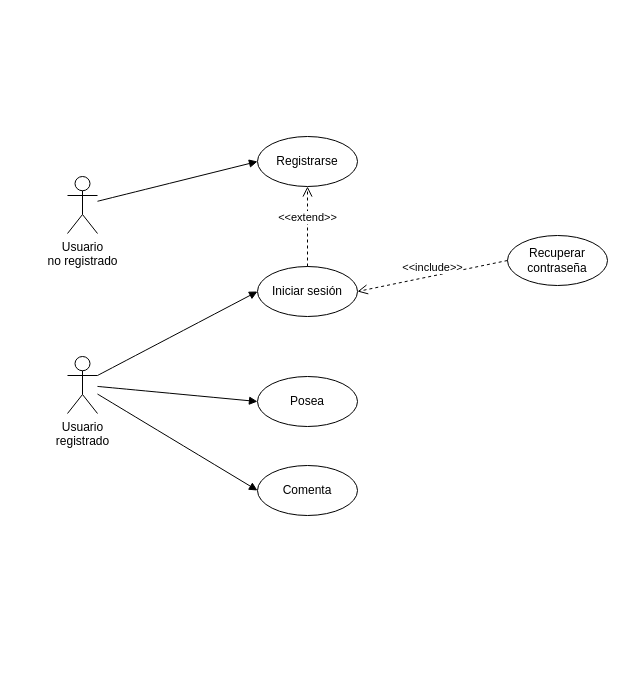
Earlier version of the draw.io diagram diseño/casos_uso.drawio (CarlosPel/Proyecto-DAM). Source tidied: cells renumbered, new cells numbered last; positions are measured from the earlier drawing's top-left corner, leaving out a move shared by most shapes. Both pictures are drawn from the tidied source at 100%, with x=0, y=0 at pixel (67, -155).
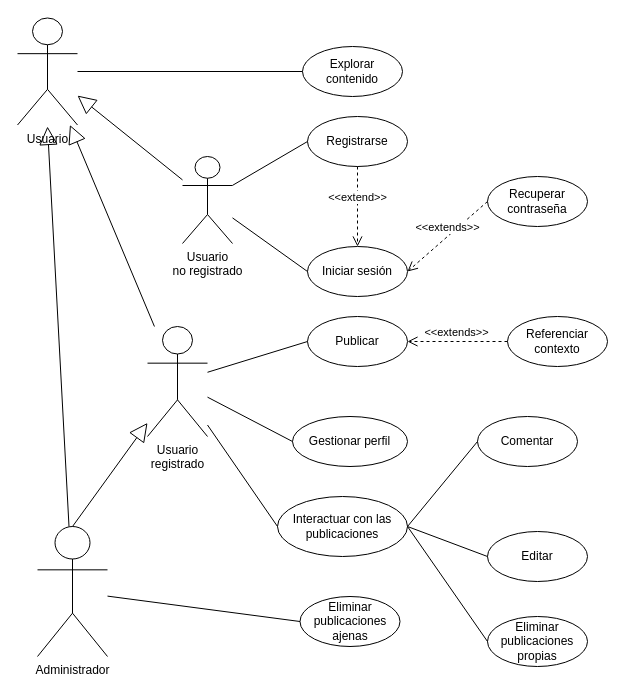
Above is the later version.

Change to the diagram source:
```diff
@@
-    <mxCell id="2" style="curved=1;startArrow=none;endArrow=block;entryX=0;entryY=0.5;entryDx=0;entryDy=0;exitX=1;exitY=0.3333333333333333;exitDx=0;exitDy=0;exitPerimeter=0;" parent="1" edge="1" source="18" target="9">
-      <mxGeometry x="0.01" relative="1" as="geometry" />
-    </mxCell>
@@
     <mxCell id="8" value="Usuario&lt;div&gt;no&amp;nbsp;&lt;span style=&quot;background-color: transparent; color: light-dark(rgb(0, 0, 0), rgb(255, 255, 255));&quot;&gt;registrado&lt;/span&gt;&lt;/div&gt;" style="shape=umlActor;verticalLabelPosition=bottom;verticalAlign=top;html=1;outlineConnect=0;" parent="1" vertex="1">
-      <mxGeometry y="331" width="30" height="57" as="geometry" />
+      <mxGeometry x="115" y="311" width="50" height="87" as="geometry" />
     </mxCell>
     <mxCell id="9" value="Iniciar sesión" style="ellipse;whiteSpace=wrap;html=1;" parent="1" vertex="1">
-      <mxGeometry x="190" y="421" width="100" height="50" as="geometry" />
+      <mxGeometry x="240" y="401" width="100" height="50" as="geometry" />
     </mxCell>
-    <mxCell id="10" style="curved=1;startArrow=none;endArrow=block;entryX=0;entryY=0.5;entryDx=0;entryDy=0;" parent="1" edge="1" source="8" target="11">
-      <mxGeometry x="0.01" relative="1" as="geometry" />
-    </mxCell>
     <mxCell id="11" value="&lt;p data-pm-slice=&quot;1 1 [&amp;quot;ordered_list&amp;quot;,{&amp;quot;spread&amp;quot;:true,&amp;quot;startingNumber&amp;quot;:1,&amp;quot;start&amp;quot;:56,&amp;quot;end&amp;quot;:478},&amp;quot;regular_list_item&amp;quot;,{&amp;quot;start&amp;quot;:56,&amp;quot;end&amp;quot;:147},&amp;quot;list&amp;quot;,{&amp;quot;spread&amp;quot;:false,&amp;quot;start&amp;quot;:88,&amp;quot;end&amp;quot;:147},&amp;quot;regular_list_item&amp;quot;,{&amp;quot;start&amp;quot;:88,&amp;quot;end&amp;quot;:101}]&quot;&gt;Registrarse&lt;/p&gt;" style="ellipse;whiteSpace=wrap;html=1;" parent="1" vertex="1">
-      <mxGeometry x="190" y="291" width="100" height="50" as="geometry" />
+      <mxGeometry x="240" y="271" width="100" height="50" as="geometry" />
     </mxCell>
-    <mxCell id="12" style="curved=1;startArrow=none;endArrow=block;entryX=0;entryY=0.5;entryDx=0;entryDy=0;" parent="1" edge="1" source="18" target="13">
-      <mxGeometry x="0.01" relative="1" as="geometry" />
-    </mxCell>
-    <mxCell id="13" value="Comenta" style="ellipse;whiteSpace=wrap;html=1;" parent="1" vertex="1">
-      <mxGeometry x="190" y="620" width="100" height="50" as="geometry" />
+    <mxCell id="13" value="Comentar" style="ellipse;whiteSpace=wrap;html=1;" parent="1" vertex="1">
+      <mxGeometry x="410" y="571" width="100" height="50" as="geometry" />
     </mxCell>
-    <mxCell id="14" style="curved=1;startArrow=none;endArrow=block;entryX=0;entryY=0.5;entryDx=0;entryDy=0;" parent="1" edge="1" source="18" target="15">
-      <mxGeometry x="0.01" relative="1" as="geometry" />
-    </mxCell>
-    <mxCell id="15" value="Posea" style="ellipse;whiteSpace=wrap;html=1;" parent="1" vertex="1">
-      <mxGeometry x="190" y="531" width="100" height="50" as="geometry" />
+    <mxCell id="15" value="Interactuar con las publicaciones" style="ellipse;whiteSpace=wrap;html=1;" parent="1" vertex="1">
+      <mxGeometry x="210" y="651" width="130" height="60" as="geometry" />
     </mxCell>
     <mxCell id="16" value="&lt;p data-pm-slice=&quot;1 1 [&amp;quot;ordered_list&amp;quot;,{&amp;quot;spread&amp;quot;:true,&amp;quot;startingNumber&amp;quot;:1,&amp;quot;start&amp;quot;:56,&amp;quot;end&amp;quot;:478},&amp;quot;regular_list_item&amp;quot;,{&amp;quot;start&amp;quot;:56,&amp;quot;end&amp;quot;:147},&amp;quot;list&amp;quot;,{&amp;quot;spread&amp;quot;:false,&amp;quot;start&amp;quot;:88,&amp;quot;end&amp;quot;:147},&amp;quot;regular_list_item&amp;quot;,{&amp;quot;start&amp;quot;:125,&amp;quot;end&amp;quot;:147}]&quot;&gt;Recuperar contraseña&lt;/p&gt;" style="ellipse;whiteSpace=wrap;html=1;" parent="1" vertex="1">
-      <mxGeometry x="440" y="390" width="100" height="50" as="geometry" />
+      <mxGeometry x="420" y="331" width="100" height="50" as="geometry" />
     </mxCell>
-    <mxCell id="17" value="&amp;lt;&amp;lt;include&amp;gt;&amp;gt;" style="html=1;verticalAlign=bottom;endArrow=open;dashed=1;endSize=8;curved=0;rounded=0;entryX=1;entryY=0.5;entryDx=0;entryDy=0;exitX=0;exitY=0.5;exitDx=0;exitDy=0;" parent="1" edge="1" source="16" target="9">
+    <mxCell id="17" value="&amp;lt;&amp;lt;extends&amp;gt;&amp;gt;" style="html=1;verticalAlign=bottom;endArrow=open;dashed=1;endSize=8;curved=0;rounded=0;exitX=0;exitY=0.5;exitDx=0;exitDy=0;entryX=1;entryY=0.5;entryDx=0;entryDy=0;" parent="1" edge="1" source="16" target="9">
       <mxGeometry relative="1" as="geometry" />
     </mxCell>
     <mxCell id="18" value="Usuario&lt;div&gt;registrado&lt;/div&gt;" style="shape=umlActor;verticalLabelPosition=bottom;verticalAlign=top;html=1;outlineConnect=0;" parent="1" vertex="1">
-      <mxGeometry y="511" width="30" height="57" as="geometry" />
+      <mxGeometry x="80" y="481" width="60" height="110" as="geometry" />
     </mxCell>
-    <mxCell id="19" value="&amp;lt;&amp;lt;extend&amp;gt;&amp;gt;" style="html=1;verticalAlign=bottom;endArrow=open;dashed=1;endSize=8;curved=0;rounded=0;entryX=0.5;entryY=1;entryDx=0;entryDy=0;exitX=0.5;exitY=0;exitDx=0;exitDy=0;" parent="1" edge="1" source="9" target="11">
+    <mxCell id="19" value="&amp;lt;&amp;lt;extend&amp;gt;&amp;gt;" style="html=1;verticalAlign=bottom;endArrow=open;dashed=1;endSize=8;curved=0;rounded=0;exitX=0.5;exitY=1;exitDx=0;exitDy=0;entryX=0.5;entryY=0;entryDx=0;entryDy=0;" parent="1" edge="1" source="11" target="9">
       <mxGeometry relative="1" as="geometry" />
     </mxCell>
+    <mxCell id="20" value="&lt;p data-pm-slice=&quot;1 1 [&amp;quot;ordered_list&amp;quot;,{&amp;quot;spread&amp;quot;:true,&amp;quot;startingNumber&amp;quot;:1,&amp;quot;start&amp;quot;:56,&amp;quot;end&amp;quot;:478},&amp;quot;regular_list_item&amp;quot;,{&amp;quot;start&amp;quot;:56,&amp;quot;end&amp;quot;:147},&amp;quot;list&amp;quot;,{&amp;quot;spread&amp;quot;:false,&amp;quot;start&amp;quot;:88,&amp;quot;end&amp;quot;:147},&amp;quot;regular_list_item&amp;quot;,{&amp;quot;start&amp;quot;:88,&amp;quot;end&amp;quot;:101}]&quot;&gt;Explorar contenido&lt;/p&gt;" style="ellipse;whiteSpace=wrap;html=1;" parent="1" vertex="1">
+      <mxGeometry x="235" y="201" width="100" height="50" as="geometry" />
+    </mxCell>
+    <mxCell id="21" value="&lt;p data-pm-slice=&quot;1 1 [&amp;quot;ordered_list&amp;quot;,{&amp;quot;spread&amp;quot;:true,&amp;quot;startingNumber&amp;quot;:1,&amp;quot;start&amp;quot;:56,&amp;quot;end&amp;quot;:478},&amp;quot;regular_list_item&amp;quot;,{&amp;quot;start&amp;quot;:56,&amp;quot;end&amp;quot;:147},&amp;quot;list&amp;quot;,{&amp;quot;spread&amp;quot;:false,&amp;quot;start&amp;quot;:88,&amp;quot;end&amp;quot;:147},&amp;quot;regular_list_item&amp;quot;,{&amp;quot;start&amp;quot;:88,&amp;quot;end&amp;quot;:101}]&quot;&gt;Publicar&lt;/p&gt;" style="ellipse;whiteSpace=wrap;html=1;" parent="1" vertex="1">
+      <mxGeometry x="240" y="471" width="100" height="50" as="geometry" />
+    </mxCell>
+    <mxCell id="22" value="Administrador" style="shape=umlActor;verticalLabelPosition=bottom;verticalAlign=top;html=1;outlineConnect=0;" parent="1" vertex="1">
+      <mxGeometry x="-30" y="681" width="70" height="130" as="geometry" />
+    </mxCell>
+    <mxCell id="23" value="Usuario" style="shape=umlActor;verticalLabelPosition=bottom;verticalAlign=top;html=1;outlineConnect=0;" parent="1" vertex="1">
+      <mxGeometry x="-50" y="172.5" width="60" height="107" as="geometry" />
+    </mxCell>
+    <mxCell id="24" style="endArrow=block;endSize=16;endFill=0;html=1;rounded=0;" parent="1" edge="1" source="8" target="23">
+      <mxGeometry relative="1" as="geometry" />
+    </mxCell>
+    <mxCell id="25" style="endArrow=block;endSize=16;endFill=0;html=1;rounded=0;" parent="1" edge="1" source="18" target="23">
+      <mxGeometry relative="1" as="geometry" />
+    </mxCell>
+    <mxCell id="26" style="endArrow=none;html=1;rounded=0;entryX=0;entryY=0.5;entryDx=0;entryDy=0;" parent="1" edge="1" source="23" target="20">
+      <mxGeometry relative="1" as="geometry" />
+    </mxCell>
+    <mxCell id="10" style="endArrow=none;html=1;rounded=0;entryX=0;entryY=0.5;entryDx=0;entryDy=0;" parent="1" edge="1" source="8" target="11">
+      <mxGeometry relative="1" as="geometry" />
+    </mxCell>
+    <mxCell id="27" style="endArrow=none;html=1;rounded=0;entryX=0;entryY=0.5;entryDx=0;entryDy=0;" parent="1" edge="1" source="8" target="9">
+      <mxGeometry relative="1" as="geometry" />
+    </mxCell>
+    <mxCell id="28" style="endArrow=none;html=1;rounded=0;entryX=0;entryY=0.5;entryDx=0;entryDy=0;" parent="1" edge="1" source="18" target="21">
+      <mxGeometry relative="1" as="geometry" />
+    </mxCell>
+    <mxCell id="14" style="endArrow=none;html=1;rounded=0;entryX=0;entryY=0.5;entryDx=0;entryDy=0;" parent="1" edge="1" source="18" target="15">
+      <mxGeometry relative="1" as="geometry" />
+    </mxCell>
+    <mxCell id="29" style="endArrow=block;endSize=16;endFill=0;html=1;rounded=0;exitX=0.5;exitY=0;exitDx=0;exitDy=0;exitPerimeter=0;" parent="1" edge="1" source="22" target="18">
+      <mxGeometry relative="1" as="geometry" />
+    </mxCell>
+    <mxCell id="30" style="endArrow=block;endSize=16;endFill=0;html=1;rounded=0;" parent="1" edge="1" source="22">
+      <mxGeometry relative="1" as="geometry">
+        <mxPoint x="-20" y="281" as="targetPoint" />
+      </mxGeometry>
+    </mxCell>
+    <mxCell id="31" value="Gestionar perfil" style="ellipse;whiteSpace=wrap;html=1;" parent="1" vertex="1">
+      <mxGeometry x="225" y="571" width="115" height="50" as="geometry" />
+    </mxCell>
+    <mxCell id="32" style="endArrow=none;html=1;rounded=0;entryX=0;entryY=0.5;entryDx=0;entryDy=0;" parent="1" edge="1" source="18" target="31">
+      <mxGeometry relative="1" as="geometry" />
+    </mxCell>
+    <mxCell id="33" style="endArrow=none;html=1;rounded=0;entryX=0;entryY=0.5;entryDx=0;entryDy=0;exitX=1;exitY=0.5;exitDx=0;exitDy=0;" parent="1" edge="1" source="15" target="13">
+      <mxGeometry relative="1" as="geometry" />
+    </mxCell>
+    <mxCell id="34" value="Referenciar contexto" style="ellipse;whiteSpace=wrap;html=1;" parent="1" vertex="1">
+      <mxGeometry x="440" y="471" width="100" height="50" as="geometry" />
+    </mxCell>
+    <mxCell id="35" value="&amp;lt;&amp;lt;extends&amp;gt;&amp;gt;" style="html=1;verticalAlign=bottom;endArrow=open;dashed=1;endSize=8;curved=0;rounded=0;entryX=1;entryY=0.5;entryDx=0;entryDy=0;exitX=0;exitY=0.5;exitDx=0;exitDy=0;" parent="1" edge="1" source="34" target="21">
+      <mxGeometry x="0.01" relative="1" as="geometry" />
+    </mxCell>
+    <mxCell id="36" value="Editar" style="ellipse;whiteSpace=wrap;html=1;" parent="1" vertex="1">
+      <mxGeometry x="420" y="686" width="100" height="50" as="geometry" />
+    </mxCell>
+    <mxCell id="37" style="endArrow=none;html=1;rounded=0;entryX=0;entryY=0.5;entryDx=0;entryDy=0;exitX=1;exitY=0.5;exitDx=0;exitDy=0;" parent="1" edge="1" source="15" target="36">
+      <mxGeometry relative="1" as="geometry" />
+    </mxCell>
+    <mxCell id="38" value="Eliminar publicaciones propias" style="ellipse;whiteSpace=wrap;html=1;" parent="1" vertex="1">
+      <mxGeometry x="420" y="771" width="100" height="50" as="geometry" />
+    </mxCell>
+    <mxCell id="39" style="endArrow=none;html=1;rounded=0;exitX=1;exitY=0.5;exitDx=0;exitDy=0;entryX=0;entryY=0.5;entryDx=0;entryDy=0;" parent="1" edge="1" source="15" target="38">
+      <mxGeometry relative="1" as="geometry" />
+    </mxCell>
+    <mxCell id="40" value="Eliminar publicaciones ajenas" style="ellipse;whiteSpace=wrap;html=1;" parent="1" vertex="1">
+      <mxGeometry x="232.5" y="751" width="100" height="50" as="geometry" />
+    </mxCell>
+    <mxCell id="41" style="endArrow=none;html=1;rounded=0;entryX=0;entryY=0.5;entryDx=0;entryDy=0;" parent="1" edge="1" source="22" target="40">
+      <mxGeometry relative="1" as="geometry" />
+    </mxCell>
```
